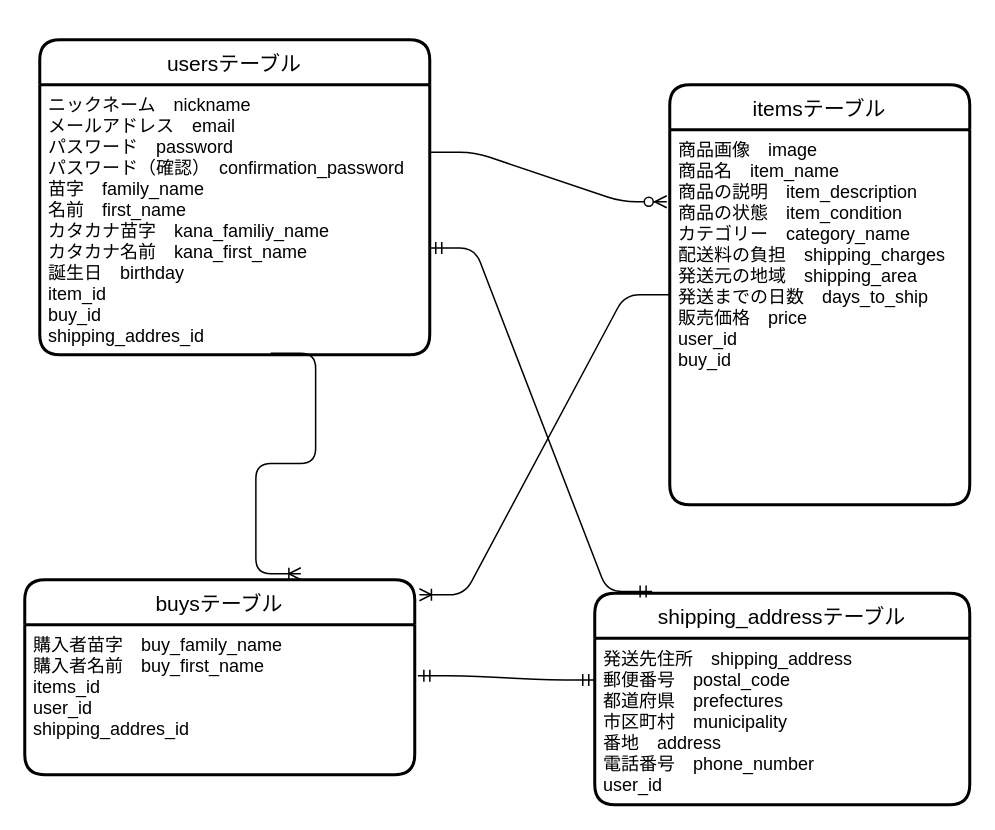
This is furima.dio from dino-pg/furima-34856, a draw.io file, before an edit. Source tidied: cells renumbered, new cells numbered last; positions are measured from the earlier drawing's top-left corner, leaving out a move shared by most shapes. Both pictures are drawn from the tidied source at 150%, with x=0, y=0 at pixel (24, 39).
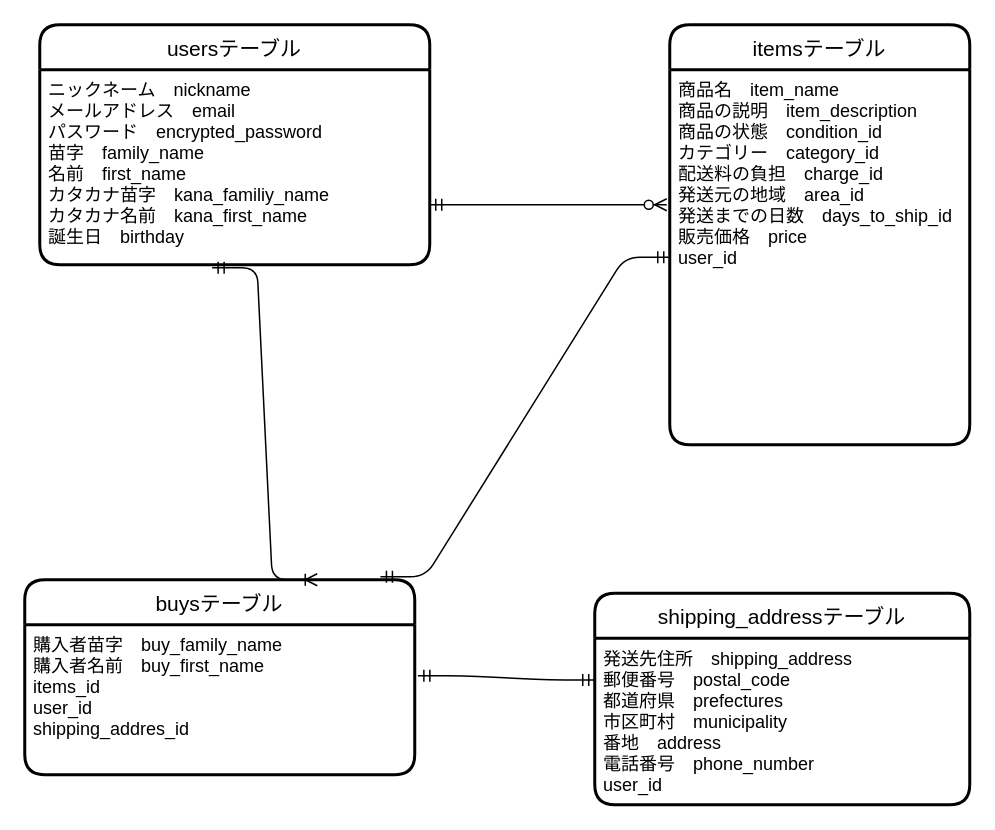
Above is the later version.

Commit message (it also covers changes not shown here):
READMEの修正（3回目)

What changed in the source:
```diff
@@
 <mxGraphModel>
   <root>
     <mxCell id="0" />
     <mxCell id="1" parent="0" />
     <mxCell id="2" value="usersテーブル" style="swimlane;horizontal=1;startSize=30;rounded=1;fontSize=14;fontStyle=0;strokeWidth=2;shadow=0;dashed=0;align=center;" parent="1" vertex="1">
-      <mxGeometry x="10" width="260" height="210" as="geometry" />
+      <mxGeometry x="10" y="-10" width="260" height="160" as="geometry" />
     </mxCell>
-    <mxCell id="3" value="ニックネーム　nickname&#10;メールアドレス　email&#10;パスワード　password&#10;パスワード（確認）　confirmation_password&#10;苗字　family_name&#10;名前　first_name&#10;カタカナ苗字　kana_familiy_name&#10;カタカナ名前　kana_first_name&#10;誕生日　birthday&#10;item_id&#10;buy_id&#10;shipping_addres_id" style="align=left;strokeColor=none;fillColor=none;spacingLeft=4;fontSize=12;verticalAlign=top;" parent="2" vertex="1">
-      <mxGeometry y="30" width="260" height="180" as="geometry" />
+    <mxCell id="3" value="ニックネーム　nickname&#10;メールアドレス　email&#10;パスワード　encrypted_password&#10;苗字　family_name&#10;名前　first_name&#10;カタカナ苗字　kana_familiy_name&#10;カタカナ名前　kana_first_name&#10;誕生日　birthday&#10;" style="align=left;strokeColor=none;fillColor=none;spacingLeft=4;fontSize=12;verticalAlign=top;" parent="2" vertex="1">
+      <mxGeometry y="30" width="260" height="130" as="geometry" />
     </mxCell>
     <mxCell id="4" value="buysテーブル" style="swimlane;horizontal=1;startSize=30;rounded=1;fontSize=14;fontStyle=0;strokeWidth=2;shadow=0;dashed=0;align=center;" parent="1" vertex="1">
       <mxGeometry y="360" width="260" height="130" as="geometry" />
     </mxCell>
     <mxCell id="5" value="購入者苗字　buy_family_name&#10;購入者名前　buy_first_name&#10;items_id&#10;user_id&#10;shipping_addres_id" style="align=left;strokeColor=none;fillColor=none;spacingLeft=4;fontSize=12;verticalAlign=top;" parent="4" vertex="1">
       <mxGeometry y="30" width="260" height="100" as="geometry" />
     </mxCell>
-    <mxCell id="6" style="edgeStyle=entityRelationEdgeStyle;fontSize=12;html=1;endArrow=ERzeroToMany;endFill=1;exitX=1;exitY=0.25;exitDx=0;exitDy=0;" parent="1" edge="1" source="3">
-      <mxGeometry relative="1" as="geometry">
-        <mxPoint x="428" y="108" as="targetPoint" />
-      </mxGeometry>
-    </mxCell>
     <mxCell id="7" value="itemsテーブル" style="swimlane;horizontal=1;startSize=30;rounded=1;fontSize=14;fontStyle=0;strokeWidth=2;shadow=0;dashed=0;align=center;" parent="1" vertex="1">
-      <mxGeometry x="430" y="30" width="200" height="280" as="geometry" />
+      <mxGeometry x="430" y="-10" width="200" height="280" as="geometry" />
     </mxCell>
-    <mxCell id="8" value="商品画像　image&#10;商品名　item_name&#10;商品の説明　item_description&#10;商品の状態　item_condition&#10;カテゴリー　category_name&#10;配送料の負担　shipping_charges&#10;発送元の地域　shipping_area&#10;発送までの日数　days_to_ship&#10;販売価格　price&#10;user_id&#10;buy_id" style="align=left;strokeColor=none;fillColor=none;spacingLeft=4;fontSize=12;verticalAlign=top;" parent="7" vertex="1">
+    <mxCell id="8" value="商品名　item_name&#10;商品の説明　item_description&#10;商品の状態　condition_id&#10;カテゴリー　category_id&#10;配送料の負担　charge_id&#10;発送元の地域　area_id&#10;発送までの日数　days_to_ship_id&#10;販売価格　price&#10;user_id" style="align=left;strokeColor=none;fillColor=none;spacingLeft=4;fontSize=12;verticalAlign=top;" parent="7" vertex="1">
       <mxGeometry y="30" width="200" height="250" as="geometry" />
     </mxCell>
     <mxCell id="9" value="shipping_addressテーブル" style="swimlane;horizontal=1;startSize=30;rounded=1;fontSize=14;fontStyle=0;strokeWidth=2;shadow=0;dashed=0;align=center;" parent="1" vertex="1">
       <mxGeometry x="380" y="369" width="250" height="141" as="geometry" />
     </mxCell>
     <mxCell id="10" value="発送先住所　shipping_address&#10;郵便番号　postal_code&#10;都道府県　prefectures&#10;市区町村　municipality&#10;番地　address&#10;電話番号　phone_number&#10;user_id" style="align=left;strokeColor=none;fillColor=none;spacingLeft=4;fontSize=12;verticalAlign=top;" parent="9" vertex="1">
       <mxGeometry y="30" width="250" height="111" as="geometry" />
     </mxCell>
-    <mxCell id="11" style="edgeStyle=entityRelationEdgeStyle;fontSize=12;html=1;endArrow=ERmandOne;startArrow=ERmandOne;entryX=1;entryY=0.605;entryDx=0;entryDy=0;entryPerimeter=0;exitX=0.153;exitY=-0.008;exitDx=0;exitDy=0;exitPerimeter=0;" parent="1" edge="1" source="9" target="3">
-      <mxGeometry relative="1" as="geometry" />
-    </mxCell>
-    <mxCell id="12" style="edgeStyle=entityRelationEdgeStyle;fontSize=12;html=1;endArrow=ERoneToMany;exitX=0;exitY=0.5;exitDx=0;exitDy=0;entryX=1.012;entryY=0.077;entryDx=0;entryDy=0;entryPerimeter=0;" parent="1" edge="1" source="7" target="4">
-      <mxGeometry relative="1" as="geometry" />
-    </mxCell>
     <mxCell id="13" style="edgeStyle=entityRelationEdgeStyle;fontSize=12;html=1;endArrow=ERmandOne;startArrow=ERmandOne;exitX=1.008;exitY=0.34;exitDx=0;exitDy=0;exitPerimeter=0;entryX=0;entryY=0.25;entryDx=0;entryDy=0;" parent="1" edge="1" source="5" target="10">
       <mxGeometry relative="1" as="geometry" />
     </mxCell>
+    <mxCell id="15" style="edgeStyle=entityRelationEdgeStyle;fontSize=12;html=1;endArrow=ERzeroToMany;startArrow=ERmandOne;entryX=-0.01;entryY=0.36;entryDx=0;entryDy=0;entryPerimeter=0;" parent="1" edge="1" target="8">
+      <mxGeometry relative="1" as="geometry">
+        <mxPoint x="270" y="110" as="sourcePoint" />
+      </mxGeometry>
+    </mxCell>
+    <mxCell id="16" style="edgeStyle=entityRelationEdgeStyle;fontSize=12;html=1;endArrow=ERmandOne;startArrow=ERmandOne;exitX=0.912;exitY=-0.015;exitDx=0;exitDy=0;exitPerimeter=0;entryX=0;entryY=0.5;entryDx=0;entryDy=0;" parent="1" edge="1" source="4" target="8">
+      <mxGeometry relative="1" as="geometry" />
+    </mxCell>
-    <mxCell id="14" style="edgeStyle=entityRelationEdgeStyle;fontSize=12;html=1;endArrow=ERoneToMany;exitX=0.592;exitY=0.994;exitDx=0;exitDy=0;exitPerimeter=0;entryX=0.708;entryY=-0.031;entryDx=0;entryDy=0;entryPerimeter=0;" parent="1" edge="1" source="3" target="4">
+    <mxCell id="14" style="edgeStyle=entityRelationEdgeStyle;fontSize=12;html=1;endArrow=ERoneToMany;startArrow=ERmandOne;exitX=0.442;exitY=1.015;exitDx=0;exitDy=0;exitPerimeter=0;entryX=0.75;entryY=0;entryDx=0;entryDy=0;" parent="1" edge="1" source="3" target="4">
       <mxGeometry relative="1" as="geometry" />
     </mxCell>
   </root>
 </mxGraphModel>
```
